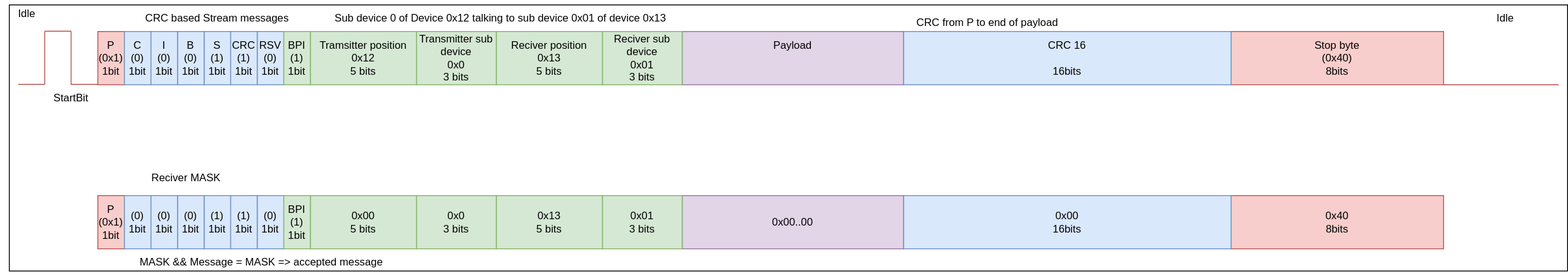
This is example_message.svg from cdg66/BUS_figures, a draw.io export, as it was before one commit. Source tidied: cells renumbered, new cells last; positions are measured from the earlier drawing's top-left corner, leaving out a move shared by most shapes.
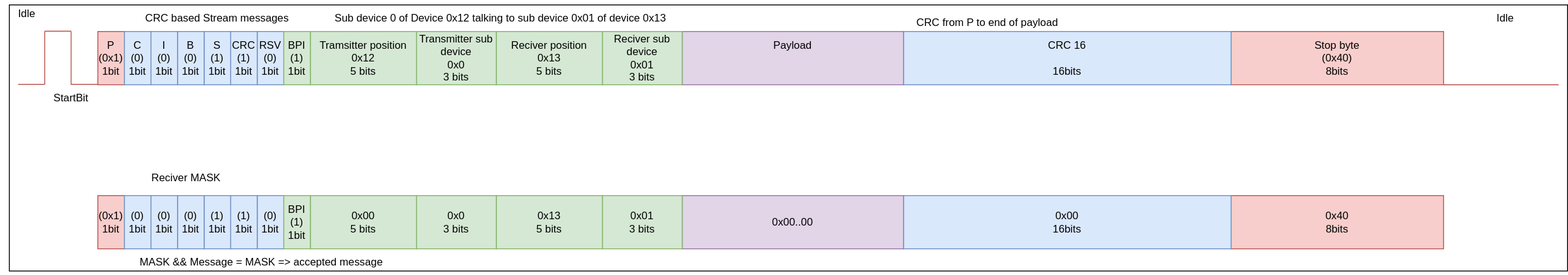
Later version of the same file.

Change to the diagram source:
```diff
@@ -104,7 +104,7 @@
     <mxCell id="29" value="CRC from P to end of payload" style="text;html=1;strokeColor=none;fillColor=none;align=center;verticalAlign=middle;whiteSpace=wrap;rounded=0;" parent="1" vertex="1">
       <mxGeometry x="990" y="10" width="250" height="30" as="geometry" />
     </mxCell>
-    <mxCell id="30" value="&lt;div&gt;P&lt;/div&gt;&lt;div&gt;(0x1)&lt;/div&gt;&lt;div&gt;1bit&lt;br&gt;&lt;/div&gt;" style="rounded=0;whiteSpace=wrap;html=1;fillColor=#f8cecc;strokeColor=#b85450;" parent="1" vertex="1">
+    <mxCell id="30" value="&lt;div&gt;(0x1)&lt;/div&gt;&lt;div&gt;1bit&lt;br&gt;&lt;/div&gt;" style="rounded=0;whiteSpace=wrap;html=1;fillColor=#f8cecc;strokeColor=#b85450;" parent="1" vertex="1">
       <mxGeometry x="110" y="220" width="30" height="60" as="geometry" />
     </mxCell>
     <mxCell id="31" value="&lt;div&gt;0x40&lt;br&gt;&lt;/div&gt;&lt;div&gt;8bits&lt;br&gt;&lt;/div&gt;" style="rounded=0;whiteSpace=wrap;html=1;fillColor=#f8cecc;strokeColor=#b85450;" parent="1" vertex="1">
```
